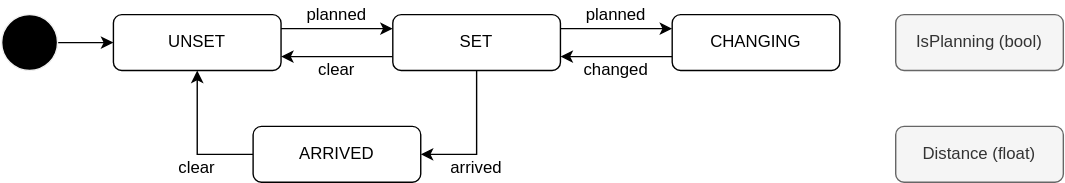
Earlier version of the draw.io export docs/design/autoware-interfaces/ad-api/features/route-state.drawio.svg (tier4/autoware-documentation). Source tidied: cells renumbered, new cells last; positions are measured from the earlier drawing's top-left corner, leaving out a move shared by most shapes.
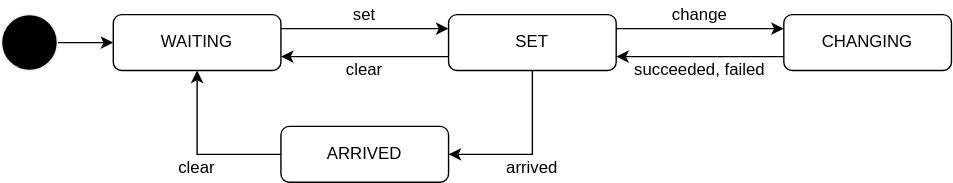
Later version of the same file.

The edit, as a diff of the source:
```diff
@@ -2,8 +2,8 @@
   <root>
     <mxCell id="0" />
     <mxCell id="1" parent="0" />
-    <mxCell id="2" value="planned" style="text;html=1;strokeColor=none;fillColor=none;align=center;verticalAlign=middle;whiteSpace=wrap;rounded=0;" parent="1" vertex="1">
-      <mxGeometry x="200" width="80" height="20" as="geometry" />
+    <mxCell id="2" value="set" style="text;html=1;strokeColor=none;fillColor=none;align=center;verticalAlign=middle;whiteSpace=wrap;rounded=0;" parent="1" vertex="1">
+      <mxGeometry x="220" width="80" height="20" as="geometry" />
     </mxCell>
     <mxCell id="3" style="edgeStyle=orthogonalEdgeStyle;rounded=0;orthogonalLoop=1;jettySize=auto;html=1;exitX=0.5;exitY=1;exitDx=0;exitDy=0;" parent="1" edge="1">
       <mxGeometry relative="1" as="geometry">
@@ -19,7 +19,7 @@
         </Array>
       </mxGeometry>
     </mxCell>
-    <mxCell id="5" value="UNSET" style="rounded=1;whiteSpace=wrap;html=1;" parent="1" vertex="1">
+    <mxCell id="5" value="WAITING" style="rounded=1;whiteSpace=wrap;html=1;" parent="1" vertex="1">
       <mxGeometry x="80" y="10" width="120" height="40" as="geometry" />
     </mxCell>
     <mxCell id="6" style="edgeStyle=orthogonalEdgeStyle;rounded=0;jettySize=auto;html=1;" parent="1" edge="1" source="9" target="11">
@@ -33,6 +33,7 @@
     <mxCell id="7" style="edgeStyle=elbowEdgeStyle;html=1;exitX=0.5;exitY=1;exitDx=0;exitDy=0;rounded=0;" parent="1" edge="1" source="9" target="18">
       <mxGeometry relative="1" as="geometry">
         <Array as="points">
+          <mxPoint x="380" y="70" />
           <mxPoint x="340" y="80" />
         </Array>
       </mxGeometry>
@@ -46,7 +47,7 @@
       </mxGeometry>
     </mxCell>
     <mxCell id="9" value="SET" style="rounded=1;whiteSpace=wrap;html=1;" parent="1" vertex="1">
-      <mxGeometry x="280" y="10" width="120" height="40" as="geometry" />
+      <mxGeometry x="320" y="10" width="120" height="40" as="geometry" />
     </mxCell>
     <mxCell id="10" style="edgeStyle=orthogonalEdgeStyle;rounded=0;jettySize=auto;html=1;" parent="1" edge="1" source="11" target="9">
       <mxGeometry relative="1" as="geometry">
@@ -57,17 +58,14 @@
       </mxGeometry>
     </mxCell>
     <mxCell id="11" value="CHANGING" style="rounded=1;whiteSpace=wrap;html=1;" parent="1" vertex="1">
-      <mxGeometry x="480" y="10" width="120" height="40" as="geometry" />
+      <mxGeometry x="560" y="10" width="120" height="40" as="geometry" />
     </mxCell>
-    <mxCell id="12" value="planned" style="text;html=1;strokeColor=none;fillColor=none;align=center;verticalAlign=middle;whiteSpace=wrap;rounded=0;" parent="1" vertex="1">
-      <mxGeometry x="400" width="80" height="20" as="geometry" />
+    <mxCell id="12" value="change" style="text;html=1;strokeColor=none;fillColor=none;align=center;verticalAlign=middle;whiteSpace=wrap;rounded=0;" parent="1" vertex="1">
+      <mxGeometry x="450" width="100" height="20" as="geometry" />
     </mxCell>
-    <mxCell id="13" value="changed" style="text;html=1;strokeColor=none;fillColor=none;align=center;verticalAlign=middle;whiteSpace=wrap;rounded=0;" parent="1" vertex="1">
-      <mxGeometry x="400" y="40" width="80" height="20" as="geometry" />
+    <mxCell id="13" value="succeeded, failed" style="text;html=1;strokeColor=none;fillColor=none;align=center;verticalAlign=middle;whiteSpace=wrap;rounded=0;" parent="1" vertex="1">
+      <mxGeometry x="440" y="40" width="120" height="20" as="geometry" />
     </mxCell>
-    <mxCell id="14" value="IsPlanning (bool)" style="rounded=1;whiteSpace=wrap;html=1;fillColor=#f5f5f5;fontColor=#333333;strokeColor=#666666;" parent="1" vertex="1">
-      <mxGeometry x="640" y="10" width="120" height="40" as="geometry" />
-    </mxCell>
     <mxCell id="15" style="edgeStyle=none;html=1;" parent="1" edge="1" source="16" target="5">
       <mxGeometry relative="1" as="geometry" />
     </mxCell>
@@ -82,19 +80,16 @@
       </mxGeometry>
     </mxCell>
     <mxCell id="18" value="ARRIVED" style="rounded=1;whiteSpace=wrap;html=1;" parent="1" vertex="1">
-      <mxGeometry x="180" y="90" width="120" height="40" as="geometry" />
+      <mxGeometry x="200" y="90" width="120" height="40" as="geometry" />
     </mxCell>
-    <mxCell id="19" value="Distance (float)" style="rounded=1;whiteSpace=wrap;html=1;fillColor=#f5f5f5;fontColor=#333333;strokeColor=#666666;" parent="1" vertex="1">
-      <mxGeometry x="640" y="90" width="120" height="40" as="geometry" />
-    </mxCell>
     <mxCell id="20" value="clear" style="text;html=1;strokeColor=none;fillColor=none;align=center;verticalAlign=middle;whiteSpace=wrap;rounded=0;" parent="1" vertex="1">
       <mxGeometry x="100" y="110" width="80" height="20" as="geometry" />
     </mxCell>
     <mxCell id="21" value="arrived" style="text;html=1;strokeColor=none;fillColor=none;align=center;verticalAlign=middle;whiteSpace=wrap;rounded=0;" parent="1" vertex="1">
-      <mxGeometry x="300" y="110" width="80" height="20" as="geometry" />
+      <mxGeometry x="340" y="110" width="80" height="20" as="geometry" />
     </mxCell>
     <mxCell id="22" value="clear" style="text;html=1;strokeColor=none;fillColor=none;align=center;verticalAlign=middle;whiteSpace=wrap;rounded=0;" parent="1" vertex="1">
-      <mxGeometry x="200" y="40" width="80" height="20" as="geometry" />
+      <mxGeometry x="220" y="40" width="80" height="20" as="geometry" />
     </mxCell>
   </root>
 </mxGraphModel>
```
